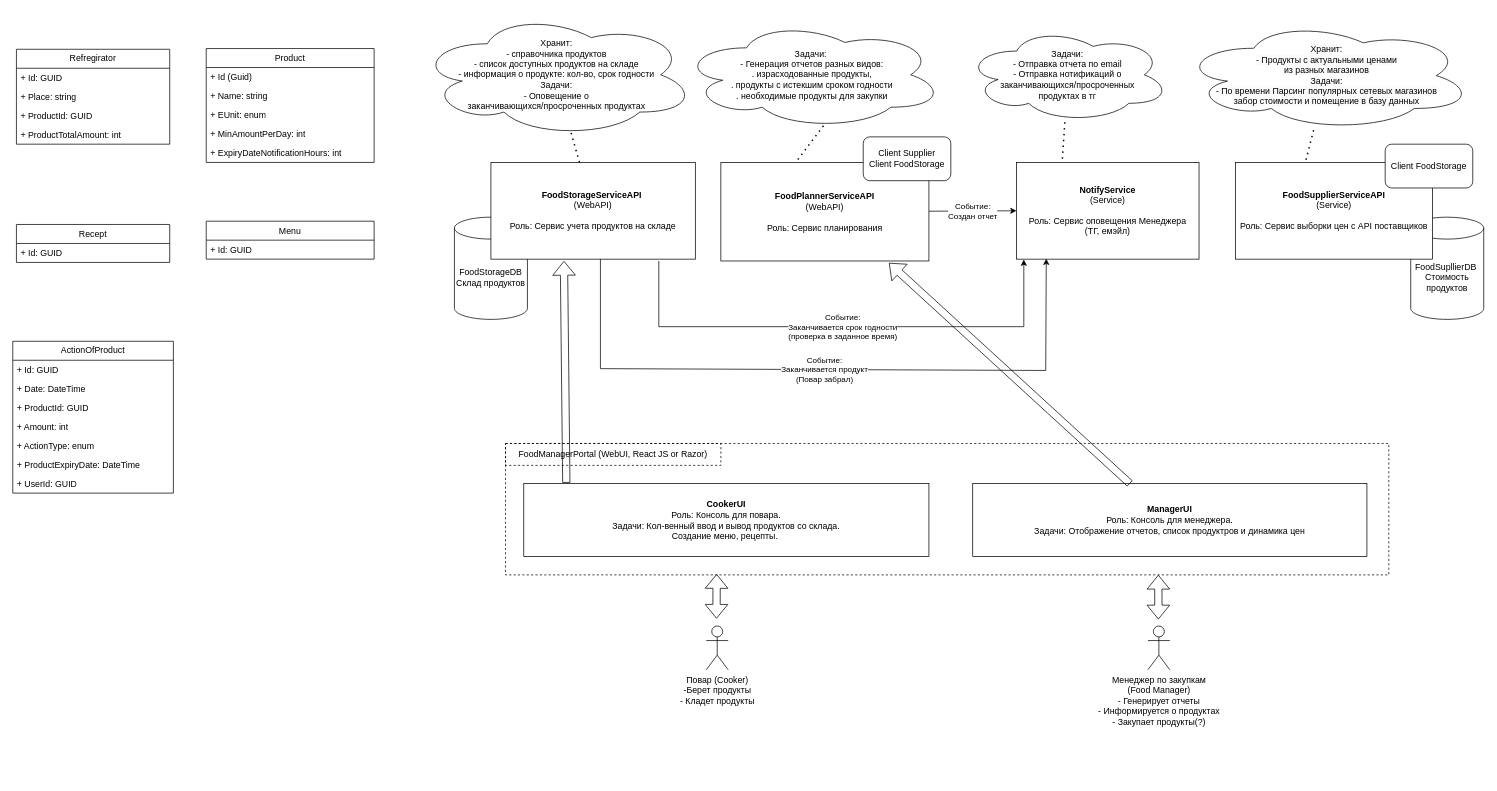
Earlier version of the draw.io diagram docs/food-manager.drawio (otusroom5/food-manager). Source tidied: cells renumbered, new cells numbered last; positions are measured from the earlier drawing's top-left corner, leaving out a move shared by most shapes. Both pictures are drawn from the tidied source at 73%, with x=0, y=0 at pixel (12, 12).
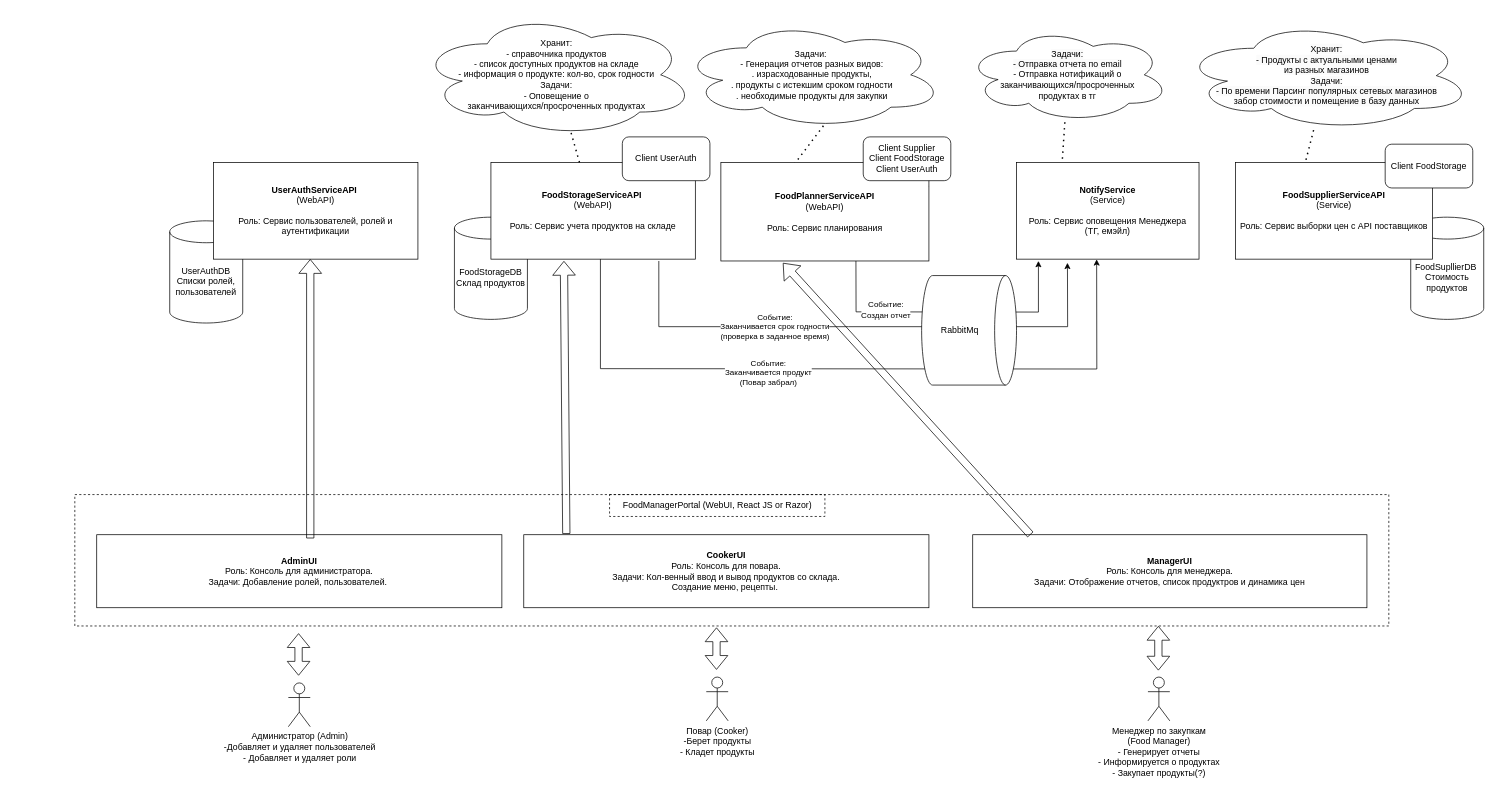
The same page after the edit.

Unchanged cells that the change refers to:
```xml
<mxCell id="7" value="&lt;b&gt;NotifyService&lt;br&gt;&lt;/b&gt;(Service)&lt;br&gt;&lt;br&gt;Роль: Сервис оповещения Менеджера&lt;br&gt;(ТГ, емэйл)" style="rounded=0;whiteSpace=wrap;html=1;" parent="1" vertex="1">
  <mxGeometry x="1375" y="205" width="250" height="132.5" as="geometry" />
</mxCell>
<mxCell id="29" value="&lt;b&gt;FoodPlannerServiceAPI&lt;/b&gt; &lt;br&gt;(WebAPI)&lt;br&gt;&lt;br&gt;Роль: Сервис планирования" style="rounded=0;whiteSpace=wrap;html=1;" parent="1" vertex="1">
  <mxGeometry x="970" y="205" width="285" height="135" as="geometry" />
</mxCell>
```

Change to the diagram source:
```diff
@@
+    <mxCell id="59" value="&lt;span style=&quot;border-color: var(--border-color);&quot;&gt;UserAuth&lt;/span&gt;DB&lt;br&gt;Списки ролей, пользователей" style="shape=cylinder3;whiteSpace=wrap;html=1;boundedLbl=1;backgroundOutline=1;size=15;shadow=0;" parent="1" vertex="1">
+      <mxGeometry x="215" y="285" width="100" height="140" as="geometry" />
+    </mxCell>
@@
     <mxCell id="5" value="Повар (Cooker)&lt;br&gt;-Берет продукты&lt;br&gt;- Кладет продукты" style="shape=umlActor;verticalLabelPosition=bottom;verticalAlign=top;html=1;" parent="1" vertex="1">
-      <mxGeometry x="950" y="840" width="30" height="60" as="geometry" />
+      <mxGeometry x="950" y="910" width="30" height="60" as="geometry" />
     </mxCell>
     <mxCell id="6" value="Менеджер по закупкам&lt;br&gt;(Food Manager)&lt;br&gt;- Генерирует отчеты&lt;br&gt;- Информируется о продуктах&lt;br&gt;- Закупает продукты(?)" style="shape=umlActor;verticalLabelPosition=bottom;verticalAlign=top;html=1;" parent="1" vertex="1">
-      <mxGeometry x="1555" y="840" width="30" height="60" as="geometry" />
+      <mxGeometry x="1555" y="910" width="30" height="60" as="geometry" />
     </mxCell>
@@
     <mxCell id="8" style="rounded=0;whiteSpace=wrap;html=1;dashed=1;" parent="1" vertex="1">
-      <mxGeometry x="675" y="590" width="1210" height="180" as="geometry" />
+      <mxGeometry x="85" y="660" width="1800" height="180" as="geometry" />
     </mxCell>
     <mxCell id="9" value="&lt;b&gt;CookerUI&lt;/b&gt;&lt;br&gt;Роль: Консоль для повара.&lt;br&gt;Задачи: Кол-венный ввод и вывод продуктов со склада. &lt;br&gt;Создание меню, рецепты.&amp;nbsp;" style="rounded=0;whiteSpace=wrap;html=1;" parent="1" vertex="1">
-      <mxGeometry x="700" y="645" width="555" height="100" as="geometry" />
+      <mxGeometry x="700" y="715" width="555" height="100" as="geometry" />
     </mxCell>
     <mxCell id="10" value="&lt;b&gt;ManagerUI&lt;/b&gt;&lt;br&gt;Роль: Консоль для менеджера.&lt;br&gt;Задачи: Отображение отчетов, список продуктров и динамика цен" style="rounded=0;whiteSpace=wrap;html=1;" parent="1" vertex="1">
-      <mxGeometry x="1315" y="645" width="540" height="100" as="geometry" />
+      <mxGeometry x="1315" y="715" width="540" height="100" as="geometry" />
     </mxCell>
     <mxCell id="11" value="FoodManagerPortal (WebUI, React JS or Razor)" style="text;html=1;strokeColor=default;fillColor=none;align=center;verticalAlign=middle;whiteSpace=wrap;rounded=0;dashed=1;" parent="1" vertex="1">
-      <mxGeometry x="675" y="590" width="295" height="30" as="geometry" />
+      <mxGeometry x="817.5" y="660" width="295" height="30" as="geometry" />
     </mxCell>
@@
-    <mxCell id="13" style="shape=flexArrow;endArrow=classic;startArrow=classic;html=1;rounded=0;entryX=0.239;entryY=0.994;entryDx=0;entryDy=0;entryPerimeter=0;" parent="1" edge="1" target="8">
+    <mxCell id="13" style="shape=flexArrow;endArrow=classic;startArrow=classic;html=1;rounded=0;" parent="1" edge="1">
       <mxGeometry relative="1" as="geometry">
-        <mxPoint x="964" y="830" as="sourcePoint" />
+        <mxPoint x="964" y="900" as="sourcePoint" />
+        <mxPoint x="964" y="842" as="targetPoint" />
       </mxGeometry>
     </mxCell>
     <mxCell id="14" style="shape=flexArrow;endArrow=classic;startArrow=classic;html=1;rounded=0;entryX=0.239;entryY=0.994;entryDx=0;entryDy=0;entryPerimeter=0;" parent="1" edge="1">
       <mxGeometry relative="1" as="geometry">
-        <mxPoint x="1569.3" y="831" as="sourcePoint" />
-        <mxPoint x="1569.3" y="770" as="targetPoint" />
+        <mxPoint x="1569.3" y="901" as="sourcePoint" />
+        <mxPoint x="1569.3" y="840" as="targetPoint" />
       </mxGeometry>
     </mxCell>
@@
-    <mxCell id="20" style="endArrow=classic;html=1;rounded=0;entryX=0;entryY=0.5;entryDx=0;entryDy=0;" parent="1" edge="1" source="29" target="7">
-      <mxGeometry relative="1" as="geometry" />
+    <mxCell id="20" style="endArrow=classic;html=1;rounded=0;exitX=0.75;exitY=1;exitDx=0;exitDy=0;" parent="1" edge="1">
+      <mxGeometry relative="1" as="geometry">
+        <mxPoint x="1155" y="339.7" as="sourcePoint" />
+        <mxPoint x="1405" y="340" as="targetPoint" />
+        <Array as="points">
+          <mxPoint x="1155.2" y="409.7" />
+          <mxPoint x="1405" y="410" />
+        </Array>
+      </mxGeometry>
     </mxCell>
     <mxCell id="21" value="Событие:&lt;br&gt;Создан отчет" style="edgeLabel;html=1;align=center;verticalAlign=middle;" parent="20" vertex="1">
-      <mxGeometry relative="1" as="geometry" />
+      <mxGeometry relative="1" as="geometry">
+        <mxPoint x="-85" y="-3" as="offset" />
+      </mxGeometry>
     </mxCell>
-    <mxCell id="22" style="endArrow=classic;html=1;rounded=0;entryX=0.163;entryY=0.995;entryDx=0;entryDy=0;entryPerimeter=0;" parent="1" edge="1" target="7">
-      <mxGeometry relative="1" as="geometry">
-        <mxPoint x="805" y="337.5" as="sourcePoint" />
-        <Array as="points">
-          <mxPoint x="805" y="487.5" />
-          <mxPoint x="1415" y="490" />
-        </Array>
-      </mxGeometry>
-    </mxCell>
-    <mxCell id="23" value="Событие:&lt;br&gt;Заканчивается продукт&lt;br&gt;(Повар забрал)" style="edgeLabel;html=1;align=center;verticalAlign=middle;" parent="22" vertex="1">
-      <mxGeometry relative="1" as="geometry" />
-    </mxCell>
-    <mxCell id="24" style="endArrow=classic;html=1;rounded=0;entryX=0.04;entryY=1.004;entryDx=0;entryDy=0;entryPerimeter=0;" parent="1" edge="1" target="7">
+    <mxCell id="24" style="endArrow=classic;html=1;rounded=0;entryX=0.279;entryY=1.038;entryDx=0;entryDy=0;entryPerimeter=0;" parent="1" edge="1" target="7">
       <mxGeometry relative="1" as="geometry">
         <mxPoint x="885" y="340" as="sourcePoint" />
         <Array as="points">
           <mxPoint x="885" y="430" />
           <mxPoint x="1145" y="430" />
-          <mxPoint x="1385" y="430" />
+          <mxPoint x="1445" y="430" />
         </Array>
       </mxGeometry>
     </mxCell>
     <mxCell id="25" value="Событие:&lt;br&gt;Заканчивается срок годности&lt;br&gt;(проверка в заданное время)" style="edgeLabel;html=1;align=center;verticalAlign=middle;" parent="24" vertex="1">
-      <mxGeometry relative="1" as="geometry" />
+      <mxGeometry relative="1" as="geometry">
+        <mxPoint x="-121" y="-1" as="offset" />
+      </mxGeometry>
     </mxCell>
@@
-    <mxCell id="32" value="Client Supplier&lt;br&gt;Client FoodStorage" style="rounded=1;whiteSpace=wrap;html=1;" parent="1" vertex="1">
+    <mxCell id="32" value="Client Supplier&lt;br&gt;Client FoodStorage&lt;br&gt;Client UserAuth" style="rounded=1;whiteSpace=wrap;html=1;" parent="1" vertex="1">
       <mxGeometry x="1165" y="170" width="120" height="60" as="geometry" />
     </mxCell>
@@
-    <mxCell id="34" style="shape=flexArrow;endArrow=classic;html=1;rounded=0;entryX=0.808;entryY=1.02;entryDx=0;entryDy=0;entryPerimeter=0;" parent="1" edge="1" source="10" target="29">
-      <mxGeometry relative="1" as="geometry" />
+    <mxCell id="34" style="shape=flexArrow;endArrow=classic;html=1;rounded=0;entryX=0.808;entryY=1.02;entryDx=0;entryDy=0;entryPerimeter=0;" parent="1" edge="1">
+      <mxGeometry relative="1" as="geometry">
+        <mxPoint x="1394.2" y="715" as="sourcePoint" />
+        <mxPoint x="1055" y="342.7" as="targetPoint" />
+      </mxGeometry>
     </mxCell>
@@
-    <mxCell id="36" value="Product" style="swimlane;fontStyle=0;horizontal=1;startSize=26;fillColor=none;whiteSpace=wrap;html=1;" parent="1" vertex="1">
-      <mxGeometry x="265" y="49" width="230" height="156" as="geometry" />
-    </mxCell>
-    <mxCell id="37" value="+ Id (Guid)" style="text;strokeColor=none;fillColor=none;align=left;verticalAlign=top;spacingLeft=4;spacingRight=4;overflow=hidden;whiteSpace=wrap;html=1;" parent="36" vertex="1">
-      <mxGeometry y="26" width="230" height="26" as="geometry" />
-    </mxCell>
-    <mxCell id="38" value="+ Name: string" style="text;strokeColor=none;fillColor=none;align=left;verticalAlign=top;spacingLeft=4;spacingRight=4;overflow=hidden;whiteSpace=wrap;html=1;" parent="36" vertex="1">
-      <mxGeometry y="52" width="230" height="26" as="geometry" />
-    </mxCell>
-    <mxCell id="39" value="+ EUnit: enum" style="text;strokeColor=none;fillColor=none;align=left;verticalAlign=top;spacingLeft=4;spacingRight=4;overflow=hidden;whiteSpace=wrap;html=1;" parent="36" vertex="1">
-      <mxGeometry y="78" width="230" height="26" as="geometry" />
-    </mxCell>
-    <mxCell id="40" value="+ MinAmountPerDay: int" style="text;strokeColor=none;fillColor=none;align=left;verticalAlign=top;spacingLeft=4;spacingRight=4;overflow=hidden;whiteSpace=wrap;html=1;" parent="36" vertex="1">
-      <mxGeometry y="104" width="230" height="26" as="geometry" />
-    </mxCell>
-    <mxCell id="41" value="+ ExpiryDateNotificationHours: int" style="text;strokeColor=none;fillColor=none;align=left;verticalAlign=top;spacingLeft=4;spacingRight=4;overflow=hidden;whiteSpace=wrap;html=1;" parent="36" vertex="1">
-      <mxGeometry y="130" width="230" height="26" as="geometry" />
-    </mxCell>
-    <mxCell id="42" value="ActionOfProduct" style="swimlane;fontStyle=0;horizontal=1;startSize=26;fillColor=none;whiteSpace=wrap;html=1;" parent="1" vertex="1">
-      <mxGeometry y="450" width="220" height="208" as="geometry" />
-    </mxCell>
-    <mxCell id="43" value="+ Id: GUID" style="text;strokeColor=none;fillColor=none;align=left;verticalAlign=top;spacingLeft=4;spacingRight=4;overflow=hidden;whiteSpace=wrap;html=1;" parent="42" vertex="1">
-      <mxGeometry y="26" width="220" height="26" as="geometry" />
-    </mxCell>
-    <mxCell id="44" value="+ Date: DateTime" style="text;strokeColor=none;fillColor=none;align=left;verticalAlign=top;spacingLeft=4;spacingRight=4;overflow=hidden;whiteSpace=wrap;html=1;" parent="42" vertex="1">
-      <mxGeometry y="52" width="220" height="26" as="geometry" />
-    </mxCell>
-    <mxCell id="45" value="+ ProductId: GUID" style="text;strokeColor=none;fillColor=none;align=left;verticalAlign=top;spacingLeft=4;spacingRight=4;overflow=hidden;whiteSpace=wrap;html=1;" parent="42" vertex="1">
-      <mxGeometry y="78" width="220" height="26" as="geometry" />
-    </mxCell>
-    <mxCell id="46" value="+ Amount: int" style="text;strokeColor=none;fillColor=none;align=left;verticalAlign=top;spacingLeft=4;spacingRight=4;overflow=hidden;whiteSpace=wrap;html=1;" parent="42" vertex="1">
-      <mxGeometry y="104" width="220" height="26" as="geometry" />
-    </mxCell>
-    <mxCell id="47" value="+ ActionType: enum" style="text;strokeColor=none;fillColor=none;align=left;verticalAlign=top;spacingLeft=4;spacingRight=4;overflow=hidden;whiteSpace=wrap;html=1;" parent="42" vertex="1">
-      <mxGeometry y="130" width="220" height="26" as="geometry" />
-    </mxCell>
-    <mxCell id="48" value="+ ProductExpiryDate: DateTime" style="text;strokeColor=none;fillColor=none;align=left;verticalAlign=top;spacingLeft=4;spacingRight=4;overflow=hidden;whiteSpace=wrap;html=1;" parent="42" vertex="1">
-      <mxGeometry y="156" width="220" height="26" as="geometry" />
-    </mxCell>
-    <mxCell id="49" value="+ UserId: GUID" style="text;strokeColor=none;fillColor=none;align=left;verticalAlign=top;spacingLeft=4;spacingRight=4;overflow=hidden;whiteSpace=wrap;html=1;" parent="42" vertex="1">
-      <mxGeometry y="182" width="220" height="26" as="geometry" />
-    </mxCell>
-    <mxCell id="50" value="Refregirator" style="swimlane;fontStyle=0;horizontal=1;startSize=26;fillColor=none;whiteSpace=wrap;html=1;" parent="1" vertex="1">
-      <mxGeometry x="5" y="50" width="210" height="130" as="geometry" />
-    </mxCell>
-    <mxCell id="51" value="+ Id: GUID" style="text;strokeColor=none;fillColor=none;align=left;verticalAlign=top;spacingLeft=4;spacingRight=4;overflow=hidden;whiteSpace=wrap;html=1;" parent="50" vertex="1">
-      <mxGeometry y="26" width="210" height="26" as="geometry" />
-    </mxCell>
-    <mxCell id="52" value="+ Place: string" style="text;strokeColor=none;fillColor=none;align=left;verticalAlign=top;spacingLeft=4;spacingRight=4;overflow=hidden;whiteSpace=wrap;html=1;" parent="50" vertex="1">
-      <mxGeometry y="52" width="210" height="26" as="geometry" />
-    </mxCell>
-    <mxCell id="53" value="+ ProductId: GUID" style="text;strokeColor=none;fillColor=none;align=left;verticalAlign=top;spacingLeft=4;spacingRight=4;overflow=hidden;whiteSpace=wrap;html=1;" parent="50" vertex="1">
-      <mxGeometry y="78" width="210" height="26" as="geometry" />
-    </mxCell>
-    <mxCell id="54" value="+ ProductTotalAmount: int" style="text;strokeColor=none;fillColor=none;align=left;verticalAlign=top;spacingLeft=4;spacingRight=4;overflow=hidden;whiteSpace=wrap;html=1;" parent="50" vertex="1">
-      <mxGeometry y="104" width="210" height="26" as="geometry" />
-    </mxCell>
-    <mxCell id="55" value="Menu" style="swimlane;fontStyle=0;horizontal=1;startSize=26;fillColor=none;whiteSpace=wrap;html=1;" parent="1" vertex="1">
-      <mxGeometry x="265" y="285.5" width="230" height="52" as="geometry" />
-    </mxCell>
-    <mxCell id="56" value="+ Id: GUID" style="text;strokeColor=none;fillColor=none;align=left;verticalAlign=top;spacingLeft=4;spacingRight=4;overflow=hidden;whiteSpace=wrap;html=1;" parent="55" vertex="1">
-      <mxGeometry y="26" width="230" height="26" as="geometry" />
-    </mxCell>
-    <mxCell id="57" value="Recept" style="swimlane;fontStyle=0;horizontal=1;startSize=26;fillColor=none;whiteSpace=wrap;html=1;" parent="1" vertex="1">
-      <mxGeometry x="5" y="290" width="210" height="52" as="geometry" />
-    </mxCell>
-    <mxCell id="58" value="+ Id: GUID" style="text;strokeColor=none;fillColor=none;align=left;verticalAlign=top;spacingLeft=4;spacingRight=4;overflow=hidden;whiteSpace=wrap;html=1;" parent="57" vertex="1">
-      <mxGeometry y="26" width="210" height="26" as="geometry" />
-    </mxCell>
+    <mxCell id="60" value="&lt;b&gt;UserAuthServiceAPI&amp;nbsp;&lt;br&gt;&lt;/b&gt;(WebAPI)&lt;br&gt;&lt;br&gt;Роль: Сервис пользователей, ролей и аутентификации" style="rounded=0;whiteSpace=wrap;html=1;" parent="1" vertex="1">
+      <mxGeometry x="275" y="205" width="280" height="132.5" as="geometry" />
+    </mxCell>
+    <mxCell id="61" style="endArrow=classic;html=1;rounded=0;entryX=0.439;entryY=1.002;entryDx=0;entryDy=0;entryPerimeter=0;" parent="1" edge="1" target="7">
+      <mxGeometry relative="1" as="geometry">
+        <mxPoint x="805" y="337.5" as="sourcePoint" />
+        <Array as="points">
+          <mxPoint x="805" y="487.5" />
+          <mxPoint x="1485" y="488" />
+        </Array>
+      </mxGeometry>
+    </mxCell>
+    <mxCell id="23" value="Событие:&lt;br&gt;Заканчивается продукт&lt;br&gt;(Повар забрал)" style="edgeLabel;html=1;align=center;verticalAlign=middle;" parent="61" vertex="1">
+      <mxGeometry relative="1" as="geometry">
+        <mxPoint x="-110" y="5" as="offset" />
+      </mxGeometry>
+    </mxCell>
+    <mxCell id="62" value="RabbitMq" style="shape=cylinder3;whiteSpace=wrap;html=1;boundedLbl=1;backgroundOutline=1;size=15;direction=south;" parent="1" vertex="1">
+      <mxGeometry x="1245" y="360" width="130" height="150" as="geometry" />
+    </mxCell>
+    <mxCell id="63" value="&lt;b&gt;AdminUI&lt;/b&gt;&lt;br&gt;Роль: Консоль для администратора.&lt;br&gt;Задачи: Добавление ролей, пользователей.&amp;nbsp;" style="rounded=0;whiteSpace=wrap;html=1;" parent="1" vertex="1">
+      <mxGeometry x="115" y="715" width="555" height="100" as="geometry" />
+    </mxCell>
+    <mxCell id="64" value="Администратор (Admin)&lt;br&gt;-Добавляет и удаляет пользователей&lt;br&gt;- Добавляет и удаляет роли" style="shape=umlActor;verticalLabelPosition=bottom;verticalAlign=top;html=1;" parent="1" vertex="1">
+      <mxGeometry x="377.5" y="918" width="30" height="60" as="geometry" />
+    </mxCell>
+    <mxCell id="65" style="shape=flexArrow;endArrow=classic;startArrow=classic;html=1;rounded=0;" parent="1" edge="1">
+      <mxGeometry relative="1" as="geometry">
+        <mxPoint x="391.5" y="908" as="sourcePoint" />
+        <mxPoint x="391.5" y="850" as="targetPoint" />
+      </mxGeometry>
+    </mxCell>
+    <mxCell id="66" style="shape=flexArrow;endArrow=classic;html=1;rounded=0;exitX=0.527;exitY=0.05;exitDx=0;exitDy=0;exitPerimeter=0;" parent="1" edge="1" source="63">
+      <mxGeometry relative="1" as="geometry">
+        <mxPoint x="407.5" y="337.5" as="targetPoint" />
+      </mxGeometry>
+    </mxCell>
+    <mxCell id="67" value="Client UserAuth" style="rounded=1;whiteSpace=wrap;html=1;" parent="1" vertex="1">
+      <mxGeometry x="835" y="170" width="120" height="60" as="geometry" />
+    </mxCell>
```
